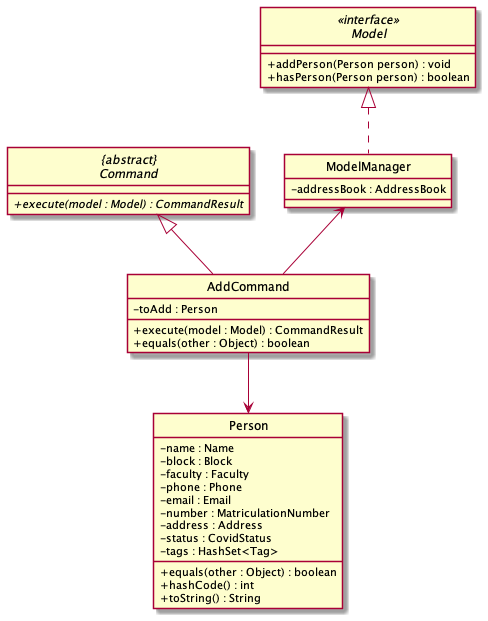
This is docs/images/AddClassDiagram.png from nus-cs2103-AY2122S2/tp, a PlantUML export, as it was before one commit.
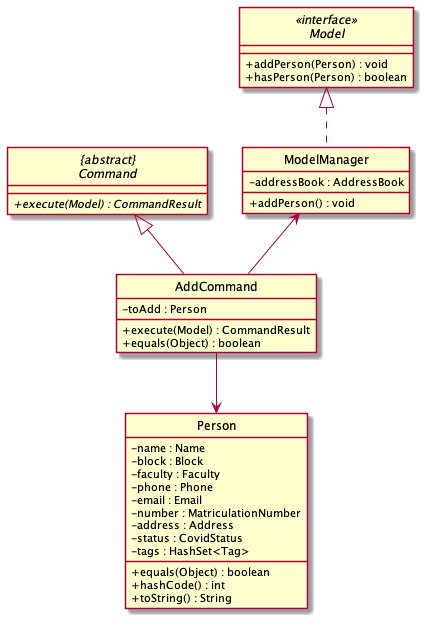
After the change.

Diff of the diagram source:
```diff
@@ -4,16 +4,17 @@
 hide circle
 
 abstract class "{abstract}\nCommand" {
-    + {abstract} execute(model : Model) : CommandResult
+    + {abstract} execute(Model) : CommandResult
 }
 
 interface Model <<interface>> {
-    + addPerson(Person person) : void
-    + hasPerson(Person person) : boolean
+    + addPerson(Person) : void
+    + hasPerson(Person) : boolean
 }
 
 class ModelManager implements Model{
     -addressBook : AddressBook
+    +addPerson() : void
 }
 
 class Person {
@@ -27,7 +28,7 @@
      -status : CovidStatus
      -tags : HashSet<Tag>
 
-    + equals(other : Object) : boolean
+    + equals(Object) : boolean
     + hashCode() : int
     + toString() : String
 }
@@ -35,8 +36,8 @@
 class AddCommand {
     - toAdd : Person
 
-    + execute(model : Model) : CommandResult
-    + equals(other : Object) : boolean
+    + execute(Model) : CommandResult
+    + equals(Object) : boolean
 }
 
 ModelManager <-- AddCommand
```
